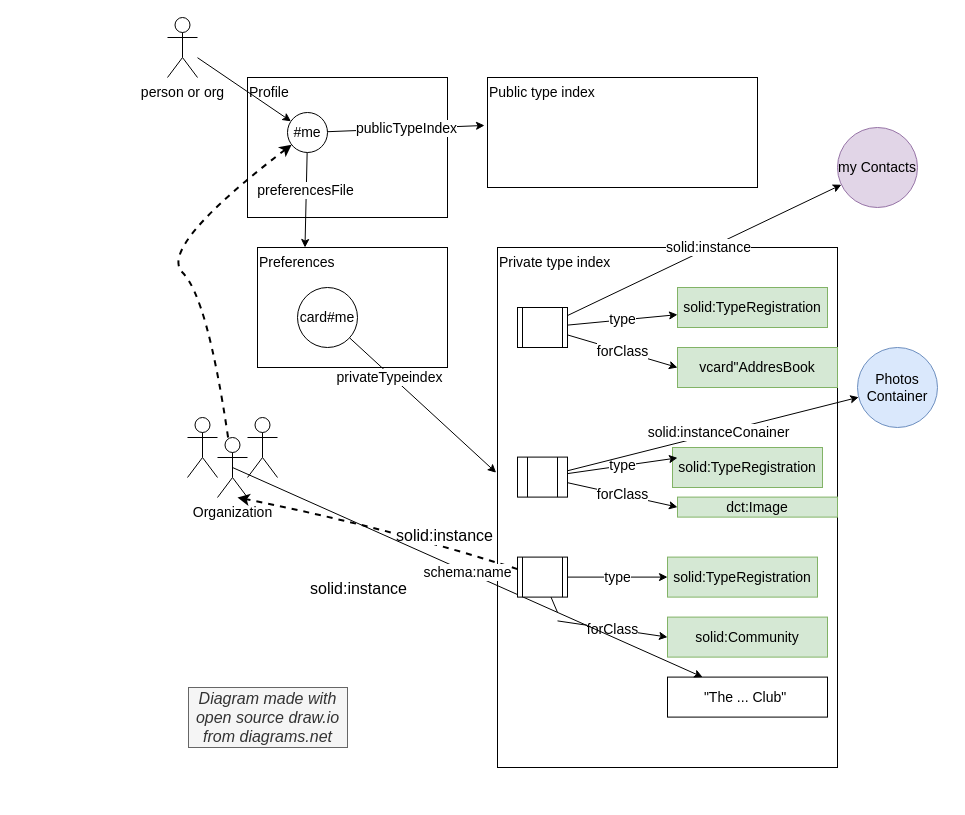
Before: diagrams/type-indexes.drawio in solid/webid-profile, a draw.io diagram. Source tidied: cells renumbered, new cells numbered last; positions are measured from the earlier drawing's top-left corner, leaving out a move shared by most shapes. Both pictures are drawn from the tidied source at 100%, with x=0, y=0 at pixel (157, 17).
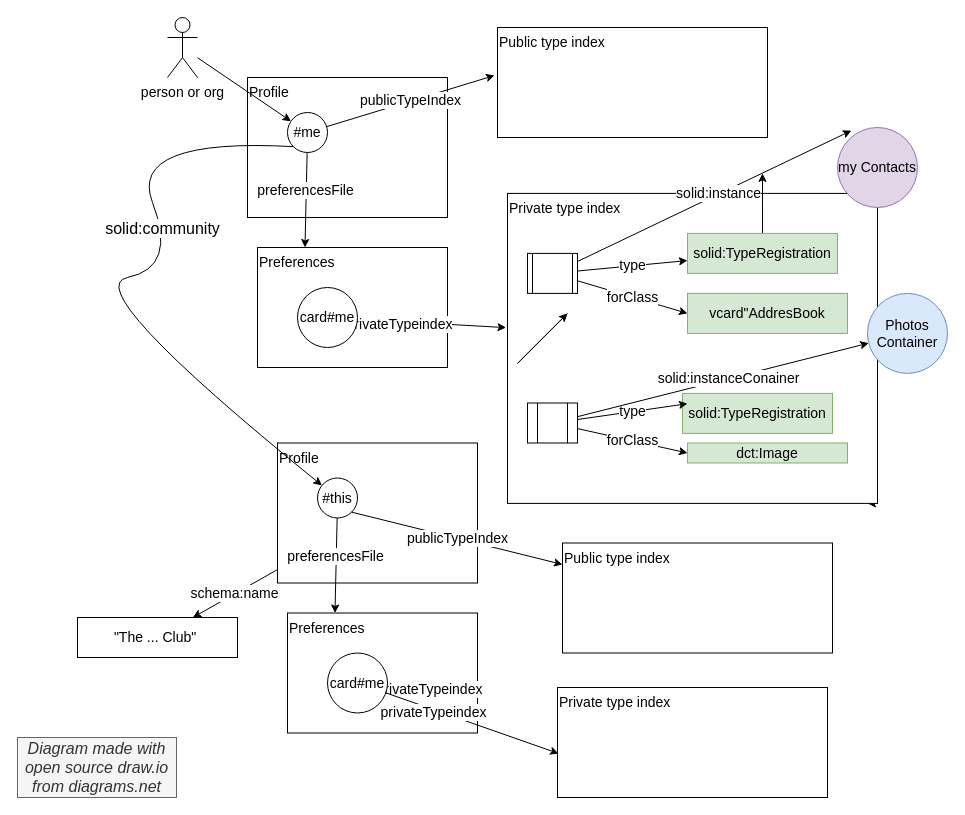
The same page after the edit.

Commit message (it also covers changes not shown here):
simplify the pointer to the community as implementd in code

The change refers to these unchanged cells:
```xml
<mxCell id="6" value="#me" style="ellipse;whiteSpace=wrap;html=1;fontSize=14;" parent="1" vertex="1">
  <mxGeometry x="130" y="95" width="40" height="40" as="geometry" />
</mxCell>
<mxCell id="13" value="my Contacts" style="ellipse;whiteSpace=wrap;html=1;fontSize=14;fillColor=#e1d5e7;strokeColor=#9673a6;" parent="1" vertex="1">
  <mxGeometry x="680" y="110" width="80" height="80" as="geometry" />
</mxCell>
```

Change to the diagram source:
```diff
@@
     <mxCell id="4" value="Public type index" style="rounded=0;whiteSpace=wrap;html=1;align=left;verticalAlign=top;fontSize=14;" parent="1" vertex="1">
-      <mxGeometry x="330" y="60" width="270" height="110" as="geometry" />
+      <mxGeometry x="340" y="10" width="270" height="110" as="geometry" />
     </mxCell>
+    <mxCell id="48" style="edgeStyle=orthogonalEdgeStyle;rounded=0;jettySize=auto;html=1;exitX=1;exitY=1;exitDx=0;exitDy=0;" parent="1" edge="1" source="5">
+      <mxGeometry relative="1" as="geometry">
+        <mxPoint x="710" y="485.9" as="targetPoint" />
+      </mxGeometry>
+    </mxCell>
     <mxCell id="5" value="Private type index" style="rounded=0;whiteSpace=wrap;html=1;align=left;verticalAlign=top;fontSize=14;" parent="1" vertex="1">
-      <mxGeometry x="340" y="230" width="340" height="520" as="geometry" />
+      <mxGeometry x="350" y="175.9" width="370" height="310" as="geometry" />
     </mxCell>
@@
     <mxCell id="14" value="&lt;span style=&quot;font-size: 14px;&quot;&gt;vcard&quot;AddresBook&lt;/span&gt;" style="rounded=0;whiteSpace=wrap;html=1;fontSize=14;fillColor=#d5e8d4;strokeColor=#82b366;" parent="1" vertex="1">
-      <mxGeometry x="520" y="330" width="160" height="40" as="geometry" />
+      <mxGeometry x="530" y="275.9" width="160" height="40" as="geometry" />
     </mxCell>
     <mxCell id="15" style="shape=process;whiteSpace=wrap;html=1;backgroundOutline=1;fontSize=14;" parent="1" vertex="1">
-      <mxGeometry x="360" y="290" width="50" height="40" as="geometry" />
+      <mxGeometry x="370" y="235.9" width="50" height="40" as="geometry" />
     </mxCell>
@@
+    <mxCell id="49" style="edgeStyle=orthogonalEdgeStyle;rounded=0;jettySize=auto;html=1;" parent="1" edge="1" source="17">
+      <mxGeometry relative="1" as="geometry">
+        <mxPoint x="605" y="155.9" as="targetPoint" />
+      </mxGeometry>
+    </mxCell>
     <mxCell id="17" value="solid:TypeRegistration" style="rounded=0;whiteSpace=wrap;html=1;fontSize=14;fillColor=#d5e8d4;strokeColor=#82b366;" parent="1" vertex="1">
-      <mxGeometry x="520" y="270" width="150" height="40" as="geometry" />
+      <mxGeometry x="530" y="215.9" width="150" height="40" as="geometry" />
     </mxCell>
@@
-    <mxCell id="19" style="endArrow=classic;html=1;rounded=0;fontSize=14;" parent="1" edge="1" source="15" target="13">
-      <mxGeometry relative="1" as="geometry" />
+    <mxCell id="19" style="endArrow=classic;html=1;rounded=0;fontSize=14;" parent="1" edge="1" source="15">
+      <mxGeometry relative="1" as="geometry">
+        <mxPoint x="693.9" y="113.1" as="targetPoint" />
+      </mxGeometry>
     </mxCell>
@@
-    <mxCell id="23" value="solid:Community" style="rounded=0;whiteSpace=wrap;html=1;fontSize=14;fillColor=#d5e8d4;strokeColor=#82b366;" parent="1" vertex="1">
-      <mxGeometry x="510" y="599.6" width="160" height="40" as="geometry" />
-    </mxCell>
-    <mxCell id="24" value="forClass" style="endArrow=classic;html=1;rounded=0;entryX=0;entryY=0.5;entryDx=0;entryDy=0;fontSize=14;" parent="1" edge="1" target="23">
-      <mxGeometry relative="1" as="geometry">
-        <mxPoint x="400" y="603.4" as="sourcePoint" />
-      </mxGeometry>
-    </mxCell>
-    <mxCell id="25" value="solid:TypeRegistration" style="rounded=0;whiteSpace=wrap;html=1;fontSize=14;fillColor=#d5e8d4;strokeColor=#82b366;" parent="1" vertex="1">
-      <mxGeometry x="510" y="539.6" width="150" height="40" as="geometry" />
-    </mxCell>
-    <mxCell id="26" value="type" style="endArrow=classic;html=1;rounded=0;fontSize=14;startArrow=none;" parent="1" edge="1" source="41" target="25">
-      <mxGeometry relative="1" as="geometry" />
-    </mxCell>
-    <mxCell id="27" style="curved=1;endArrow=classic;html=1;rounded=0;fontSize=14;strokeWidth=2;dashed=1;" parent="1" edge="1" source="41" target="29">
-      <mxGeometry relative="1" as="geometry">
-        <Array as="points">
-          <mxPoint x="230" y="510" />
-          <mxPoint x="80" y="480" />
-        </Array>
-      </mxGeometry>
-    </mxCell>
-    <mxCell id="28" value="solid:instance" style="edgeLabel;html=1;align=center;verticalAlign=middle;fontSize=16;" parent="27" vertex="1">
-      <mxGeometry x="-0.45" y="-10" relative="1" as="geometry" />
-    </mxCell>
-    <mxCell id="29" value="Organization" style="shape=umlActor;verticalLabelPosition=bottom;verticalAlign=top;html=1;outlineConnect=0;fontSize=14;" parent="1" vertex="1">
-      <mxGeometry x="60" y="420" width="30" height="60" as="geometry" />
-    </mxCell>
-    <mxCell id="30" style="shape=umlActor;verticalLabelPosition=bottom;verticalAlign=top;html=1;fontSize=16;" parent="1" vertex="1">
-      <mxGeometry x="30" y="400" width="30" height="60" as="geometry" />
-    </mxCell>
-    <mxCell id="31" style="shape=umlActor;verticalLabelPosition=bottom;verticalAlign=top;html=1;fontSize=16;" parent="1" vertex="1">
-      <mxGeometry x="90" y="400" width="30" height="60" as="geometry" />
-    </mxCell>
-    <mxCell id="32" style="curved=1;endArrow=classic;html=1;rounded=0;dashed=1;fontSize=16;strokeWidth=2;" parent="1" edge="1" source="29" target="6">
-      <mxGeometry relative="1" as="geometry">
-        <Array as="points">
-          <mxPoint x="50" y="280" />
-          <mxPoint y="230" />
-        </Array>
-      </mxGeometry>
-    </mxCell>
     <mxCell id="33" value="&quot;The ... Club&quot;&amp;nbsp;" style="rounded=0;whiteSpace=wrap;html=1;fontSize=14;" parent="1" vertex="1">
-      <mxGeometry x="510" y="659.6" width="160" height="40" as="geometry" />
+      <mxGeometry x="-80" y="600" width="160" height="40" as="geometry" />
     </mxCell>
-    <mxCell id="34" value="schema:name" style="endArrow=classic;html=1;rounded=0;fontSize=14;exitX=0.5;exitY=0.5;exitDx=0;exitDy=0;exitPerimeter=0;" parent="1" edge="1" source="29" target="33">
+    <mxCell id="34" value="schema:name" style="endArrow=classic;html=1;rounded=0;fontSize=14;" parent="1" edge="1" source="52" target="33">
       <mxGeometry relative="1" as="geometry" />
     </mxCell>
-    <mxCell id="35" value="solid:instance" style="edgeLabel;html=1;align=center;verticalAlign=middle;fontSize=16;" parent="1" vertex="1">
-      <mxGeometry x="200" y="570" as="geometry" />
-    </mxCell>
     <mxCell id="36" value="dct:Image" style="rounded=0;whiteSpace=wrap;html=1;fontSize=14;fillColor=#d5e8d4;strokeColor=#82b366;" parent="1" vertex="1">
-      <mxGeometry x="520" y="479.6" width="160" height="20" as="geometry" />
+      <mxGeometry x="530" y="425.5" width="160" height="20" as="geometry" />
     </mxCell>
     <mxCell id="37" style="shape=process;whiteSpace=wrap;html=1;backgroundOutline=1;fontSize=14;size=0.2;" parent="1" vertex="1">
-      <mxGeometry x="360" y="439.6" width="50" height="40" as="geometry" />
+      <mxGeometry x="370" y="385.5" width="50" height="40" as="geometry" />
     </mxCell>
     <mxCell id="38" value="forClass" style="endArrow=classic;html=1;rounded=0;entryX=0;entryY=0.5;entryDx=0;entryDy=0;fontSize=14;" parent="1" edge="1" target="36">
       <mxGeometry relative="1" as="geometry">
-        <mxPoint x="410" y="465.2" as="sourcePoint" />
+        <mxPoint x="420" y="411.1" as="sourcePoint" />
       </mxGeometry>
     </mxCell>
     <mxCell id="39" value="solid:TypeRegistration" style="rounded=0;whiteSpace=wrap;html=1;fontSize=14;fillColor=#d5e8d4;strokeColor=#82b366;" parent="1" vertex="1">
-      <mxGeometry x="515" y="430" width="150" height="40" as="geometry" />
+      <mxGeometry x="525" y="375.9" width="150" height="40" as="geometry" />
     </mxCell>
     <mxCell id="40" value="type" style="endArrow=classic;html=1;rounded=0;fontSize=14;" parent="1" edge="1">
       <mxGeometry relative="1" as="geometry">
-        <mxPoint x="410" y="456.1" as="sourcePoint" />
-        <mxPoint x="520" y="440.4" as="targetPoint" />
+        <mxPoint x="420" y="402" as="sourcePoint" />
+        <mxPoint x="530" y="386.2" as="targetPoint" />
       </mxGeometry>
     </mxCell>
-    <mxCell id="41" style="shape=process;whiteSpace=wrap;html=1;backgroundOutline=1;fontSize=14;" parent="1" vertex="1">
-      <mxGeometry x="360" y="539.6" width="50" height="40" as="geometry" />
-    </mxCell>
-    <mxCell id="42" style="endArrow=none;html=1;rounded=0;fontSize=14;" parent="1" edge="1" target="41">
-      <mxGeometry relative="1" as="geometry">
-        <mxPoint x="400" y="594.9" as="sourcePoint" />
-      </mxGeometry>
-    </mxCell>
     <mxCell id="43" value="Photos Container" style="ellipse;whiteSpace=wrap;html=1;fontSize=14;fillColor=#dae8fc;strokeColor=#6c8ebf;" parent="1" vertex="1">
-      <mxGeometry x="700" y="330" width="80" height="80" as="geometry" />
+      <mxGeometry x="710" y="275.9" width="80" height="80" as="geometry" />
     </mxCell>
@@
-    <mxCell id="46" style="edgeStyle=orthogonalEdgeStyle;rounded=0;orthogonalLoop=1;jettySize=auto;html=1;exitX=0.5;exitY=1;exitDx=0;exitDy=0;dashed=1;fontSize=16;strokeWidth=2;" parent="1" edge="1" source="41" target="41">
-      <mxGeometry relative="1" as="geometry" />
+    <mxCell id="46" style="edgeStyle=orthogonalEdgeStyle;rounded=0;orthogonalLoop=1;jettySize=auto;html=1;exitX=0.5;exitY=1;exitDx=0;exitDy=0;dashed=1;fontSize=16;strokeWidth=2;" parent="1" edge="1">
+      <mxGeometry relative="1" as="geometry">
+        <mxPoint x="385" y="579.7" as="sourcePoint" />
+        <mxPoint x="385" y="579.7" as="targetPoint" />
+      </mxGeometry>
     </mxCell>
     <mxCell id="47" value="Diagram made with open source draw.io from diagrams.net" style="rounded=0;whiteSpace=wrap;html=1;fontSize=16;fillColor=#f5f5f5;fontColor=#333333;strokeColor=#666666;fontStyle=2;" parent="1" vertex="1">
-      <mxGeometry x="31" y="670" width="159" height="60" as="geometry" />
+      <mxGeometry x="-140" y="720" width="159" height="60" as="geometry" />
     </mxCell>
+    <mxCell id="50" style="endArrow=none;html=1;rounded=0;" parent="1" edge="1">
+      <mxGeometry relative="1" as="geometry">
+        <mxPoint x="360" y="345.9" as="sourcePoint" />
+        <mxPoint x="410" y="295.9" as="targetPoint" />
+      </mxGeometry>
+    </mxCell>
+    <mxCell id="51" style="endArrow=classic;html=1;rounded=0;" parent="1" edge="1">
+      <mxGeometry relative="1" as="geometry">
+        <mxPoint x="360" y="345.9" as="sourcePoint" />
+        <mxPoint x="410" y="295.9" as="targetPoint" />
+      </mxGeometry>
+    </mxCell>
+    <mxCell id="52" value="Profile" style="rounded=0;whiteSpace=wrap;html=1;align=left;verticalAlign=top;fontSize=14;" parent="1" vertex="1">
+      <mxGeometry x="120" y="425.5" width="200" height="140" as="geometry" />
+    </mxCell>
+    <mxCell id="53" value="Preferences" style="rounded=0;whiteSpace=wrap;html=1;align=left;verticalAlign=top;fontSize=14;" parent="1" vertex="1">
+      <mxGeometry x="130" y="595.5" width="190" height="120" as="geometry" />
+    </mxCell>
+    <mxCell id="54" value="#this" style="ellipse;whiteSpace=wrap;html=1;fontSize=14;" parent="1" vertex="1">
+      <mxGeometry x="160" y="460.5" width="40" height="40" as="geometry" />
+    </mxCell>
+    <mxCell id="55" style="endArrow=classic;html=1;rounded=0;entryX=0.25;entryY=0;entryDx=0;entryDy=0;fontSize=14;" parent="1" edge="1" source="54" target="53">
+      <mxGeometry relative="1" as="geometry" />
+    </mxCell>
+    <mxCell id="56" value="preferencesFile" style="edgeLabel;html=1;align=center;verticalAlign=middle;fontSize=14;" parent="55" vertex="1">
+      <mxGeometry x="-0.2" y="-1" relative="1" as="geometry" />
+    </mxCell>
+    <mxCell id="57" value="privateTypeindex&lt;br style=&quot;font-size: 14px;&quot;&gt;" style="edgeLabel;html=1;align=center;verticalAlign=middle;fontSize=14;" parent="1" vertex="1">
+      <mxGeometry x="271.8" y="671.6" as="geometry" />
+    </mxCell>
+    <mxCell id="58" value="card#me" style="ellipse;whiteSpace=wrap;html=1;fontSize=14;" parent="1" vertex="1">
+      <mxGeometry x="170" y="635.5" width="60" height="60" as="geometry" />
+    </mxCell>
+    <mxCell id="59" style="curved=1;endArrow=classic;html=1;rounded=0;exitX=0;exitY=1;exitDx=0;exitDy=0;" parent="1" edge="1" source="6" target="54">
+      <mxGeometry relative="1" as="geometry">
+        <Array as="points">
+          <mxPoint x="-30" y="120" />
+          <mxPoint x="20" y="250" />
+          <mxPoint x="-80" y="270" />
+        </Array>
+      </mxGeometry>
+    </mxCell>
+    <mxCell id="60" value="solid:community" style="edgeLabel;html=1;align=center;verticalAlign=middle;fontSize=16;" parent="59" vertex="1">
+      <mxGeometry x="-0.27" y="-1" relative="1" as="geometry">
+        <mxPoint x="1" as="offset" />
+      </mxGeometry>
+    </mxCell>
+    <mxCell id="61" value="Public type index" style="rounded=0;whiteSpace=wrap;html=1;align=left;verticalAlign=top;fontSize=14;" parent="1" vertex="1">
+      <mxGeometry x="405" y="525.5" width="270" height="110" as="geometry" />
+    </mxCell>
+    <mxCell id="62" value="publicTypeIndex" style="endArrow=classic;html=1;rounded=0;fontSize=14;exitX=1;exitY=1;exitDx=0;exitDy=0;" parent="1" edge="1" source="54" target="61">
+      <mxGeometry relative="1" as="geometry" />
+    </mxCell>
+    <mxCell id="63" value="Private type index" style="rounded=0;whiteSpace=wrap;html=1;align=left;verticalAlign=top;fontSize=14;" parent="1" vertex="1">
+      <mxGeometry x="400" y="670" width="270" height="110" as="geometry" />
+    </mxCell>
+    <mxCell id="64" style="endArrow=classic;html=1;rounded=0;entryX=0.004;entryY=0.6;entryDx=0;entryDy=0;entryPerimeter=0;fontSize=14;" parent="1" edge="1" source="58" target="63">
+      <mxGeometry relative="1" as="geometry" />
+    </mxCell>
+    <mxCell id="65" value="privateTypeindex&lt;br style=&quot;font-size: 14px;&quot;&gt;" style="edgeLabel;html=1;align=center;verticalAlign=middle;fontSize=14;" parent="64" vertex="1">
+      <mxGeometry x="-0.44" y="-2" relative="1" as="geometry" />
+    </mxCell>
```
